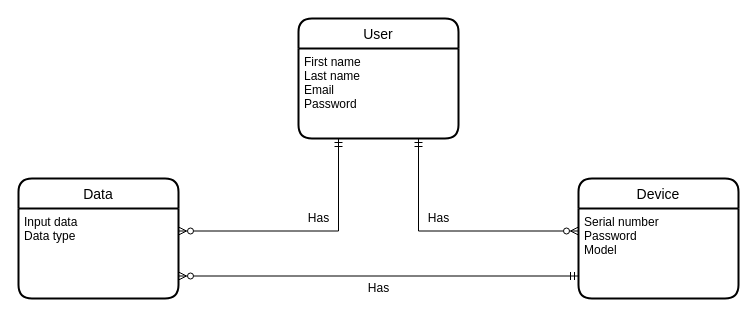
The draw.io diagram Azure MySQL/ConceptualER.drawio in TwoBar/waase_Group2, before the edit. Source tidied: cells renumbered, new cells numbered last; positions are measured from the earlier drawing's top-left corner, leaving out a move shared by most shapes. Both pictures are drawn from the tidied source at 100%, with x=0, y=0 at pixel (18, 18).
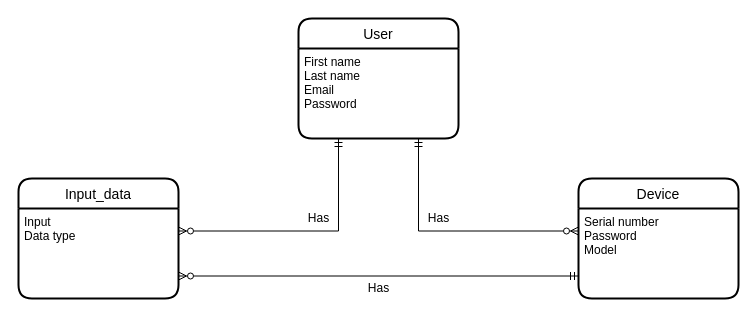
The same page after the edit.

Change to the diagram source:
```diff
@@
 <mxGraphModel>
   <root>
     <mxCell id="0" />
     <mxCell id="1" parent="0" />
     <mxCell id="2" value="User" style="swimlane;horizontal=1;startSize=30;rounded=1;fontSize=14;fontStyle=0;strokeWidth=2;shadow=0;dashed=0;align=center;" parent="1" vertex="1">
       <mxGeometry x="280" width="160" height="120" as="geometry" />
     </mxCell>
     <mxCell id="3" value="First name&#10;Last name&#10;Email&#10;Password" style="align=left;strokeColor=none;fillColor=none;spacingLeft=4;fontSize=12;verticalAlign=top;" parent="2" vertex="1">
       <mxGeometry y="30" width="160" height="90" as="geometry" />
     </mxCell>
     <mxCell id="4" value="Device" style="swimlane;horizontal=1;startSize=30;rounded=1;fontSize=14;fontStyle=0;strokeWidth=2;shadow=0;dashed=0;align=center;" parent="1" vertex="1">
       <mxGeometry x="560" y="160" width="160" height="120" as="geometry" />
     </mxCell>
     <mxCell id="5" value="Serial number&#10;Password&#10;Model" style="align=left;strokeColor=none;fillColor=none;spacingLeft=4;fontSize=12;verticalAlign=top;" parent="4" vertex="1">
       <mxGeometry y="30" width="160" height="90" as="geometry" />
     </mxCell>
-    <mxCell id="6" value="Data" style="swimlane;horizontal=1;startSize=30;rounded=1;fontSize=14;fontStyle=0;strokeWidth=2;shadow=0;dashed=0;align=center;" parent="1" vertex="1">
+    <mxCell id="6" value="Input_data" style="swimlane;horizontal=1;startSize=30;rounded=1;fontSize=14;fontStyle=0;strokeWidth=2;shadow=0;dashed=0;align=center;" parent="1" vertex="1">
       <mxGeometry y="160" width="160" height="120" as="geometry" />
     </mxCell>
-    <mxCell id="7" value="Input data&#10;Data type" style="align=left;strokeColor=none;fillColor=none;spacingLeft=4;fontSize=12;verticalAlign=top;" parent="6" vertex="1">
+    <mxCell id="7" value="Input&#10;Data type" style="align=left;strokeColor=none;fillColor=none;spacingLeft=4;fontSize=12;verticalAlign=top;" parent="6" vertex="1">
       <mxGeometry y="30" width="160" height="90" as="geometry" />
     </mxCell>
     <mxCell id="8" style="edgeStyle=orthogonalEdgeStyle;rounded=0;jettySize=auto;html=1;exitX=0.25;exitY=1;exitDx=0;exitDy=0;entryX=1;entryY=0.25;entryDx=0;entryDy=0;endArrow=ERzeroToMany;endFill=0;startArrow=ERmandOne;startFill=0;" parent="1" edge="1" source="3" target="7">
       <mxGeometry relative="1" as="geometry" />
     </mxCell>
     <mxCell id="9" style="edgeStyle=orthogonalEdgeStyle;rounded=0;jettySize=auto;html=1;exitX=0.75;exitY=1;exitDx=0;exitDy=0;entryX=0;entryY=0.25;entryDx=0;entryDy=0;startArrow=ERmandOne;startFill=0;endArrow=ERzeroToMany;endFill=0;" parent="1" edge="1" source="3" target="5">
       <mxGeometry relative="1" as="geometry" />
     </mxCell>
     <mxCell id="10" style="edgeStyle=orthogonalEdgeStyle;rounded=0;jettySize=auto;html=1;exitX=0;exitY=0.75;exitDx=0;exitDy=0;entryX=1;entryY=0.75;entryDx=0;entryDy=0;startArrow=ERmandOne;startFill=0;endArrow=ERzeroToMany;endFill=0;" parent="1" edge="1" source="5" target="7">
       <mxGeometry relative="1" as="geometry" />
     </mxCell>
     <mxCell id="11" value="Has" style="text;html=1;align=center;verticalAlign=middle;strokeColor=none;fillColor=none;" parent="1" vertex="1">
       <mxGeometry x="280" y="190" width="40" height="20" as="geometry" />
     </mxCell>
     <mxCell id="12" value="Has" style="text;html=1;align=center;verticalAlign=middle;strokeColor=none;fillColor=none;" parent="1" vertex="1">
       <mxGeometry x="400" y="190" width="40" height="20" as="geometry" />
     </mxCell>
     <mxCell id="13" value="Has" style="text;html=1;align=center;verticalAlign=middle;strokeColor=none;fillColor=none;" parent="1" vertex="1">
       <mxGeometry x="340" y="260" width="40" height="20" as="geometry" />
     </mxCell>
   </root>
 </mxGraphModel>
```
